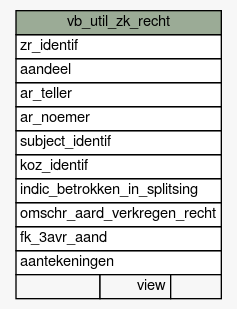
The Graphviz diagram datamodel/schemaspy/diagrams/summary/vb_util_zk_recht.1degree.png in B3Partners/brmo, before a commit. Its source is kept beside it as datamodel/schemaspy/diagrams/summary/vb_util_zk_recht.1degree.dot. Its diagram source:
```dot
digraph "vb_util_zk_recht" {
  graph [
    rankdir="RL"
    bgcolor="#f7f7f7"
    nodesep="0.18"
    ranksep="0.46"
    fontname="Helvetica"
    fontsize="11"
  ];
  node [
    fontname="Helvetica"
    fontsize="11"
    shape="plaintext"
  ];
  edge [
    arrowsize="0.8"
  ];
  "vb_util_zk_recht" [
    label=<
    <TABLE BORDER="0" CELLBORDER="1" CELLSPACING="0" BGCOLOR="#ffffff">
      <TR><TD COLSPAN="3" BGCOLOR="#9bab96" ALIGN="CENTER">vb_util_zk_recht</TD></TR>
      <TR><TD PORT="zr_identif" COLSPAN="3" ALIGN="LEFT">zr_identif</TD></TR>
      <TR><TD PORT="aandeel" COLSPAN="3" ALIGN="LEFT">aandeel</TD></TR>
      <TR><TD PORT="ar_teller" COLSPAN="3" ALIGN="LEFT">ar_teller</TD></TR>
      <TR><TD PORT="ar_noemer" COLSPAN="3" ALIGN="LEFT">ar_noemer</TD></TR>
      <TR><TD PORT="subject_identif" COLSPAN="3" ALIGN="LEFT">subject_identif</TD></TR>
      <TR><TD PORT="koz_identif" COLSPAN="3" ALIGN="LEFT">koz_identif</TD></TR>
      <TR><TD PORT="indic_betrokken_in_splitsing" COLSPAN="3" ALIGN="LEFT">indic_betrokken_in_splitsing</TD></TR>
      <TR><TD PORT="omschr_aard_verkregen_recht" COLSPAN="3" ALIGN="LEFT">omschr_aard_verkregen_recht</TD></TR>
      <TR><TD PORT="fk_3avr_aand" COLSPAN="3" ALIGN="LEFT">fk_3avr_aand</TD></TR>
      <TR><TD PORT="aantekeningen" COLSPAN="3" ALIGN="LEFT">aantekeningen</TD></TR>
      <TR><TD ALIGN="LEFT" BGCOLOR="#f7f7f7">  </TD><TD ALIGN="RIGHT" BGCOLOR="#f7f7f7">view</TD><TD ALIGN="RIGHT" BGCOLOR="#f7f7f7">  </TD></TR>
    </TABLE>>
    URL="tables/vb_util_zk_recht.html"
    tooltip="vb_util_zk_recht"
  ];
}
```
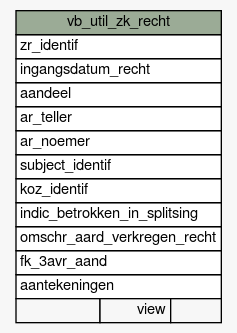
After the commit.

What changed in the source:
```diff
@@ -20,6 +20,7 @@
     <TABLE BORDER="0" CELLBORDER="1" CELLSPACING="0" BGCOLOR="#ffffff">
       <TR><TD COLSPAN="3" BGCOLOR="#9bab96" ALIGN="CENTER">vb_util_zk_recht</TD></TR>
       <TR><TD PORT="zr_identif" COLSPAN="3" ALIGN="LEFT">zr_identif</TD></TR>
+      <TR><TD PORT="ingangsdatum_recht" COLSPAN="3" ALIGN="LEFT">ingangsdatum_recht</TD></TR>
       <TR><TD PORT="aandeel" COLSPAN="3" ALIGN="LEFT">aandeel</TD></TR>
       <TR><TD PORT="ar_teller" COLSPAN="3" ALIGN="LEFT">ar_teller</TD></TR>
       <TR><TD PORT="ar_noemer" COLSPAN="3" ALIGN="LEFT">ar_noemer</TD></TR>
```
